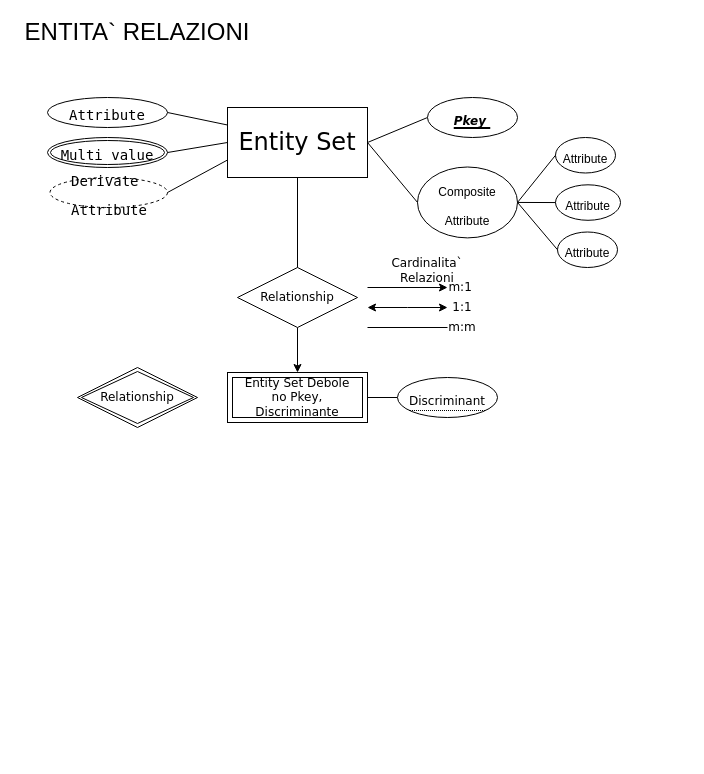
The draw.io diagram ER completo.drawio in fpolisupsi/BasiDati, before the edit. Source tidied: cells renumbered, new cells numbered last; positions are measured from the earlier drawing's top-left corner, leaving out a move shared by most shapes. Both pictures are drawn from the tidied source at 100%, with x=0, y=0 at pixel (17, 17).
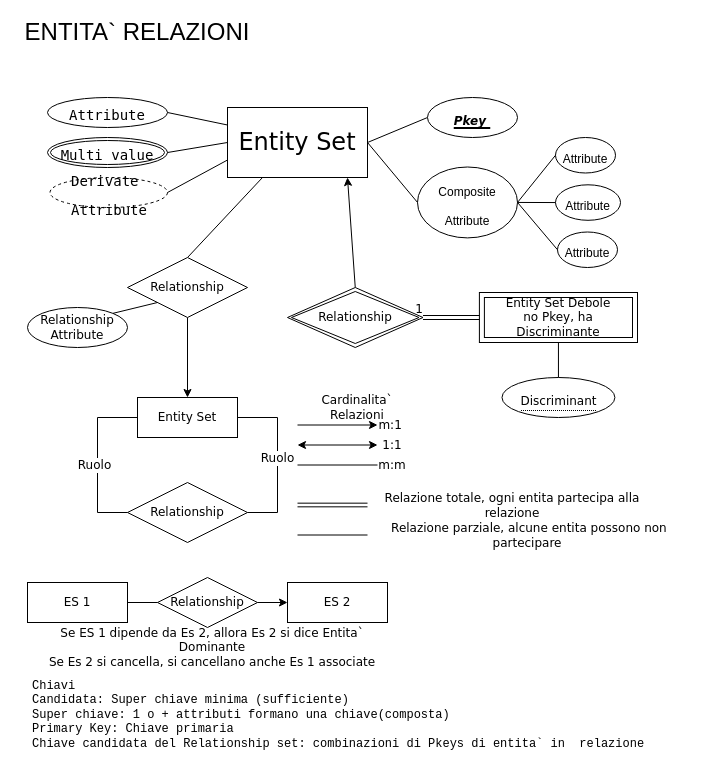
Above is the later version.

The change refers to these unchanged cells:
```xml
<mxCell id="4" value="&lt;font face=&quot;Verdana&quot;&gt;Entity Set&lt;/font&gt;" style="whiteSpace=wrap;html=1;align=center;fontSize=24;" parent="1" vertex="1">
  <mxGeometry x="210" y="90" width="140" height="70" as="geometry" />
</mxCell>
```

The edit, as a diff of the source:
```diff
@@
-    <mxCell id="20" style="endArrow=none;html=1;rounded=0;fontFamily=Verdana;fontSize=12;exitX=1;exitY=0.5;exitDx=0;exitDy=0;entryX=0;entryY=0.5;entryDx=0;entryDy=0;" parent="1" edge="1" source="24" target="26">
-      <mxGeometry relative="1" as="geometry" />
-    </mxCell>
-    <mxCell id="21" style="edgeStyle=orthogonalEdgeStyle;rounded=0;jettySize=auto;html=1;fontFamily=Verdana;fontSize=12;" parent="1" edge="1" source="22" target="24">
-      <mxGeometry relative="1" as="geometry" />
-    </mxCell>
-    <mxCell id="22" value="Relationship" style="shape=rhombus;perimeter=rhombusPerimeter;whiteSpace=wrap;html=1;align=center;fontFamily=Verdana;fontSize=12;" parent="1" vertex="1">
-      <mxGeometry x="220" y="250" width="120" height="60" as="geometry" />
-    </mxCell>
-    <mxCell id="23" value="Relationship" style="shape=rhombus;double=1;perimeter=rhombusPerimeter;whiteSpace=wrap;html=1;align=center;fontFamily=Verdana;fontSize=12;" parent="1" vertex="1">
-      <mxGeometry x="60" y="350" width="120" height="60" as="geometry" />
-    </mxCell>
-    <mxCell id="24" value="Entity Set Debole&lt;br&gt;no Pkey, Discriminante" style="shape=ext;margin=3;double=1;whiteSpace=wrap;html=1;align=center;fontFamily=Verdana;fontSize=12;" parent="1" vertex="1">
-      <mxGeometry x="210" y="355" width="140" height="50" as="geometry" />
-    </mxCell>
@@
-    <mxCell id="26" value="&lt;span style=&quot;border-bottom: 1px dotted&quot;&gt;&lt;font face=&quot;Verdana&quot; style=&quot;font-size: 12px;&quot;&gt;Discriminant&lt;/font&gt;&lt;/span&gt;" style="ellipse;whiteSpace=wrap;html=1;align=center;fontSize=24;" parent="1" vertex="1">
-      <mxGeometry x="380" y="360" width="100" height="40" as="geometry" />
-    </mxCell>
-    <mxCell id="27" style="endArrow=none;html=1;rounded=0;fontFamily=Verdana;fontSize=12;exitX=0.5;exitY=1;exitDx=0;exitDy=0;entryX=0.5;entryY=0;entryDx=0;entryDy=0;" parent="1" edge="1" source="4" target="22">
+    <mxCell id="27" style="endArrow=none;html=1;rounded=0;fontFamily=Verdana;fontSize=12;exitX=0.25;exitY=1;exitDx=0;exitDy=0;entryX=0.5;entryY=0;entryDx=0;entryDy=0;" parent="1" edge="1" source="4" target="22">
       <mxGeometry relative="1" as="geometry" />
     </mxCell>
     <mxCell id="28" style="group;" parent="1" vertex="1">
-      <mxGeometry x="350" y="240" width="130" height="80" as="geometry" />
+      <mxGeometry x="300" y="430" width="370" height="102.5" as="geometry" />
     </mxCell>
     <mxCell id="29" style="endArrow=classic;html=1;rounded=0;fontFamily=Verdana;fontSize=12;entryX=0;entryY=0.5;entryDx=0;entryDy=0;" parent="28" edge="1" target="30">
       <mxGeometry relative="1" as="geometry">
-        <mxPoint y="30" as="sourcePoint" />
+        <mxPoint x="-20" y="-22.5" as="sourcePoint" />
       </mxGeometry>
     </mxCell>
     <mxCell id="30" value="m:1&amp;nbsp;" style="text;html=1;strokeColor=none;fillColor=none;align=center;verticalAlign=middle;whiteSpace=wrap;rounded=0;fontFamily=Verdana;fontSize=12;" parent="28" vertex="1">
-      <mxGeometry x="80" y="22.5" width="30" height="15" as="geometry" />
+      <mxGeometry x="60" y="-30" width="30" height="15" as="geometry" />
     </mxCell>
     <mxCell id="31" style="endArrow=classic;startArrow=classic;html=1;rounded=0;fontFamily=Verdana;fontSize=12;entryX=0;entryY=0.5;entryDx=0;entryDy=0;" parent="28" edge="1" target="32">
       <mxGeometry relative="1" as="geometry">
-        <mxPoint y="50" as="sourcePoint" />
-        <Array as="points">
-          <mxPoint x="40" y="50" />
-        </Array>
+        <mxPoint x="-20" y="-2.5" as="sourcePoint" />
       </mxGeometry>
     </mxCell>
     <mxCell id="32" value="1:1" style="text;html=1;strokeColor=none;fillColor=none;align=center;verticalAlign=middle;whiteSpace=wrap;rounded=0;fontFamily=Verdana;fontSize=12;" parent="28" vertex="1">
-      <mxGeometry x="80" y="40" width="30" height="20" as="geometry" />
+      <mxGeometry x="60" y="-12.5" width="30" height="20" as="geometry" />
     </mxCell>
     <mxCell id="33" style="endArrow=none;html=1;rounded=0;fontFamily=Verdana;fontSize=12;entryX=0;entryY=0.5;entryDx=0;entryDy=0;" parent="28" edge="1" target="34">
       <mxGeometry relative="1" as="geometry">
-        <mxPoint y="70" as="sourcePoint" />
+        <mxPoint x="-20" y="17.5" as="sourcePoint" />
       </mxGeometry>
     </mxCell>
     <mxCell id="34" value="m:m" style="text;html=1;strokeColor=none;fillColor=none;align=center;verticalAlign=middle;whiteSpace=wrap;rounded=0;fontFamily=Verdana;fontSize=12;" parent="28" vertex="1">
-      <mxGeometry x="80" y="60" width="30" height="20" as="geometry" />
+      <mxGeometry x="60" y="7.5" width="30" height="20" as="geometry" />
     </mxCell>
@@
     <mxCell id="36" value="Cardinalita` Relazioni" style="text;html=1;strokeColor=none;fillColor=none;align=center;verticalAlign=middle;whiteSpace=wrap;rounded=0;fontFamily=Verdana;fontSize=12;" parent="28" vertex="1">
-      <mxGeometry y="2.5" width="120" height="20" as="geometry" />
+      <mxGeometry x="-20" y="-50" width="120" height="20" as="geometry" />
     </mxCell>
+    <mxCell id="37" style="shape=link;html=1;rounded=0;fontFamily=Verdana;fontSize=12;fontColor=default;width=3.6842105263157894;" parent="28" edge="1" target="39">
+      <mxGeometry relative="1" as="geometry">
+        <mxPoint x="-20" y="57.5" as="sourcePoint" />
+      </mxGeometry>
+    </mxCell>
+    <mxCell id="38" style="endArrow=none;html=1;rounded=0;fontFamily=Verdana;fontSize=12;fontColor=default;" parent="28" edge="1" target="40">
+      <mxGeometry relative="1" as="geometry">
+        <mxPoint x="-20" y="87.5" as="sourcePoint" />
+      </mxGeometry>
+    </mxCell>
+    <mxCell id="39" value="Relazione totale, ogni entita partecipa alla relazione" style="text;html=1;strokeColor=none;fillColor=none;align=center;verticalAlign=middle;whiteSpace=wrap;rounded=0;fontFamily=Verdana;fontSize=12;fontColor=default;" parent="28" vertex="1">
+      <mxGeometry x="50" y="42.5" width="290" height="30" as="geometry" />
+    </mxCell>
+    <mxCell id="40" value="&amp;nbsp;Relazione parziale, alcune entita possono non partecipare" style="text;html=1;strokeColor=none;fillColor=none;align=center;verticalAlign=middle;whiteSpace=wrap;rounded=0;fontFamily=Verdana;fontSize=12;fontColor=default;" parent="28" vertex="1">
+      <mxGeometry x="50" y="72.5" width="320" height="30" as="geometry" />
+    </mxCell>
+    <mxCell id="41" style="endArrow=classic;html=1;rounded=0;fontFamily=Verdana;fontSize=12;entryX=0.857;entryY=1;entryDx=0;entryDy=0;exitX=0.5;exitY=0;exitDx=0;exitDy=0;entryPerimeter=0;" parent="1" edge="1" source="23" target="4">
+      <mxGeometry relative="1" as="geometry" />
+    </mxCell>
+    <mxCell id="42" style="endArrow=classic;html=1;rounded=0;fontFamily=Verdana;fontSize=12;exitX=0.5;exitY=1;exitDx=0;exitDy=0;entryX=0.5;entryY=0;entryDx=0;entryDy=0;" parent="1" edge="1" source="22" target="48">
+      <mxGeometry relative="1" as="geometry" />
+    </mxCell>
+    <mxCell id="43" value="&lt;pre&gt;&lt;span style=&quot;background-color: initial;&quot;&gt;Chiavi&lt;br&gt;&lt;/span&gt;&lt;span style=&quot;background-color: initial; font-size: 12px; font-weight: normal;&quot;&gt;Candidata: Super chiave minima (sufficiente)&lt;/span&gt;&lt;span style=&quot;background-color: initial; font-size: 12px; font-weight: normal;&quot;&gt;&lt;br&gt;&lt;/span&gt;&lt;span style=&quot;background-color: initial; font-size: 12px; font-weight: normal;&quot;&gt;Super chiave: 1 o + attributi formano una chiave(composta)&lt;br&gt;&lt;/span&gt;&lt;span style=&quot;background-color: initial; font-size: 12px; font-weight: normal;&quot;&gt;Primary Key: Chiave primaria&lt;br&gt;&lt;/span&gt;&lt;span style=&quot;background-color: initial; font-size: 12px; font-weight: normal;&quot;&gt;Chiave candidata del Relationship set: combinazioni di Pkeys di entita` in&amp;nbsp; relazione&lt;/span&gt;&lt;/pre&gt;&lt;p&gt;&lt;/p&gt;&lt;div&gt;&lt;br&gt;&lt;/div&gt;" style="text;html=1;strokeColor=none;fillColor=none;spacing=5;spacingTop=-20;whiteSpace=wrap;overflow=hidden;rounded=0;fontFamily=Verdana;fontSize=12;fontColor=default;" parent="1" vertex="1">
+      <mxGeometry x="10" y="660" width="640" height="80" as="geometry" />
+    </mxCell>
+    <mxCell id="44" style="group;" parent="1" vertex="1">
+      <mxGeometry x="10" y="240" width="220" height="90" as="geometry" />
+    </mxCell>
+    <mxCell id="22" value="Relationship" style="shape=rhombus;perimeter=rhombusPerimeter;whiteSpace=wrap;html=1;align=center;fontFamily=Verdana;fontSize=12;" parent="44" vertex="1">
+      <mxGeometry x="100" width="120" height="60" as="geometry" />
+    </mxCell>
+    <mxCell id="45" value="Relationship&lt;br&gt;Attribute" style="ellipse;whiteSpace=wrap;html=1;align=center;strokeColor=default;fontFamily=Verdana;fontSize=12;fontColor=default;fillColor=default;" parent="44" vertex="1">
+      <mxGeometry y="50" width="100" height="40" as="geometry" />
+    </mxCell>
+    <mxCell id="46" style="endArrow=none;html=1;rounded=0;fontFamily=Verdana;fontSize=12;fontColor=default;exitX=0;exitY=1;exitDx=0;exitDy=0;entryX=1;entryY=0;entryDx=0;entryDy=0;" parent="44" edge="1" source="22" target="45">
+      <mxGeometry relative="1" as="geometry" />
+    </mxCell>
+    <mxCell id="47" style="group;" parent="1" vertex="1">
+      <mxGeometry x="80" y="380" width="180" height="145" as="geometry" />
+    </mxCell>
+    <mxCell id="48" value="Entity Set" style="whiteSpace=wrap;html=1;align=center;fontFamily=Verdana;fontSize=12;" parent="47" vertex="1">
+      <mxGeometry x="40" width="100" height="40" as="geometry" />
+    </mxCell>
+    <mxCell id="49" style="edgeStyle=orthogonalEdgeStyle;rounded=0;orthogonalLoop=1;jettySize=auto;html=1;exitX=0.5;exitY=1;exitDx=0;exitDy=0;fontFamily=Verdana;fontSize=12;" parent="47" edge="1" source="48" target="48">
+      <mxGeometry relative="1" as="geometry">
+        <Array as="points">
+          <mxPoint x="60" y="40" />
+        </Array>
+      </mxGeometry>
+    </mxCell>
+    <mxCell id="50" value="Relationship" style="shape=rhombus;perimeter=rhombusPerimeter;whiteSpace=wrap;html=1;align=center;strokeColor=default;fontFamily=Verdana;fontSize=12;fontColor=default;fillColor=default;" parent="47" vertex="1">
+      <mxGeometry x="30" y="85" width="120" height="60" as="geometry" />
+    </mxCell>
+    <mxCell id="51" style="endArrow=none;html=1;rounded=0;fontFamily=Verdana;fontSize=12;fontColor=default;entryX=0;entryY=0.5;entryDx=0;entryDy=0;exitX=0;exitY=0.5;exitDx=0;exitDy=0;" parent="47" edge="1" source="48" target="50">
+      <mxGeometry relative="1" as="geometry">
+        <Array as="points">
+          <mxPoint y="20" />
+          <mxPoint y="115" />
+        </Array>
+      </mxGeometry>
+    </mxCell>
+    <mxCell id="52" value="Ruolo" style="edgeLabel;html=1;align=center;verticalAlign=middle;fontSize=12;fontFamily=Verdana;fontColor=default;" parent="51" vertex="1">
+      <mxGeometry x="0.05" y="-4" relative="1" as="geometry" />
+    </mxCell>
+    <mxCell id="53" style="endArrow=none;html=1;rounded=0;fontFamily=Verdana;fontSize=12;fontColor=default;exitX=1;exitY=0.5;exitDx=0;exitDy=0;entryX=1;entryY=0.5;entryDx=0;entryDy=0;" parent="47" edge="1" source="48" target="50">
+      <mxGeometry relative="1" as="geometry">
+        <Array as="points">
+          <mxPoint x="180" y="20" />
+          <mxPoint x="180" y="115" />
+        </Array>
+      </mxGeometry>
+    </mxCell>
+    <mxCell id="54" value="Ruolo" style="edgeLabel;html=1;align=center;verticalAlign=middle;fontSize=12;fontFamily=Verdana;fontColor=default;" parent="53" vertex="1">
+      <mxGeometry x="-0.03" y="-1" relative="1" as="geometry" />
+    </mxCell>
+    <mxCell id="55" style="group;" parent="1" vertex="1">
+      <mxGeometry x="270" y="270" width="350" height="130" as="geometry" />
+    </mxCell>
+    <mxCell id="23" value="Relationship" style="shape=rhombus;double=1;perimeter=rhombusPerimeter;whiteSpace=wrap;html=1;align=center;fontFamily=Verdana;fontSize=12;" parent="55" vertex="1">
+      <mxGeometry width="135.5" height="60" as="geometry" />
+    </mxCell>
+    <mxCell id="24" value="Entity Set Debole&lt;br&gt;no Pkey, ha Discriminante" style="shape=ext;margin=3;double=1;whiteSpace=wrap;html=1;align=center;fontFamily=Verdana;fontSize=12;" parent="55" vertex="1">
+      <mxGeometry x="191.9" y="5" width="158.1" height="50" as="geometry" />
+    </mxCell>
+    <mxCell id="26" value="&lt;span style=&quot;border-bottom: 1px dotted&quot;&gt;&lt;font face=&quot;Verdana&quot; style=&quot;font-size: 12px;&quot;&gt;Discriminant&lt;/font&gt;&lt;/span&gt;" style="ellipse;whiteSpace=wrap;html=1;align=center;fontSize=24;" parent="55" vertex="1">
+      <mxGeometry x="214.5" y="90" width="112.9" height="40" as="geometry" />
+    </mxCell>
+    <mxCell id="20" style="endArrow=none;html=1;rounded=0;fontFamily=Verdana;fontSize=12;exitX=0.5;exitY=1;exitDx=0;exitDy=0;entryX=0.5;entryY=0;entryDx=0;entryDy=0;" parent="55" edge="1" source="24" target="26">
+      <mxGeometry relative="1" as="geometry" />
+    </mxCell>
+    <mxCell id="56" style="shape=link;html=1;rounded=0;fontFamily=Verdana;fontSize=12;entryX=1;entryY=0.5;entryDx=0;entryDy=0;exitX=0;exitY=0.5;exitDx=0;exitDy=0;" parent="55" edge="1" source="24" target="23">
+      <mxGeometry relative="1" as="geometry" />
+    </mxCell>
+    <mxCell id="57" value="1" style="html=1;align=right;verticalAlign=bottom;fontFamily=Verdana;fontSize=12;" parent="56" vertex="1">
+      <mxGeometry x="1" relative="1" as="geometry" />
+    </mxCell>
+    <mxCell id="58" style="group;" parent="1" vertex="1">
+      <mxGeometry x="10" y="560" width="370" height="85" as="geometry" />
+    </mxCell>
+    <mxCell id="59" value="ES 1" style="whiteSpace=wrap;html=1;align=center;strokeColor=default;fontFamily=Verdana;fontSize=12;fontColor=default;fillColor=default;" parent="58" vertex="1">
+      <mxGeometry y="5" width="100" height="40" as="geometry" />
+    </mxCell>
+    <mxCell id="60" value="Relationship" style="shape=rhombus;perimeter=rhombusPerimeter;whiteSpace=wrap;html=1;align=center;strokeColor=default;fontFamily=Verdana;fontSize=12;fontColor=default;fillColor=default;" parent="58" vertex="1">
+      <mxGeometry x="130" width="100" height="50" as="geometry" />
+    </mxCell>
+    <mxCell id="61" value="ES 2" style="whiteSpace=wrap;html=1;align=center;strokeColor=default;fontFamily=Verdana;fontSize=12;fontColor=default;fillColor=default;" parent="58" vertex="1">
+      <mxGeometry x="260" y="5" width="100" height="40" as="geometry" />
+    </mxCell>
+    <mxCell id="62" style="endArrow=classic;html=1;rounded=0;fontFamily=Verdana;fontSize=12;fontColor=default;exitX=1;exitY=0.5;exitDx=0;exitDy=0;entryX=0;entryY=0.5;entryDx=0;entryDy=0;" parent="58" edge="1" source="60" target="61">
+      <mxGeometry relative="1" as="geometry" />
+    </mxCell>
+    <mxCell id="63" style="endArrow=none;html=1;rounded=0;fontFamily=Verdana;fontSize=12;fontColor=default;entryX=0;entryY=0.5;entryDx=0;entryDy=0;exitX=1;exitY=0.5;exitDx=0;exitDy=0;" parent="58" edge="1" source="59" target="60">
+      <mxGeometry relative="1" as="geometry" />
+    </mxCell>
+    <mxCell id="64" value="Se ES 1 dipende da Es 2, allora Es 2 si dice Entita` Dominante&lt;br&gt;Se Es 2 si cancella, si cancellano anche Es 1 associate" style="text;html=1;strokeColor=none;fillColor=none;align=center;verticalAlign=middle;whiteSpace=wrap;rounded=0;fontFamily=Verdana;fontSize=12;fontColor=default;" parent="58" vertex="1">
+      <mxGeometry y="55" width="370" height="30" as="geometry" />
+    </mxCell>
```
